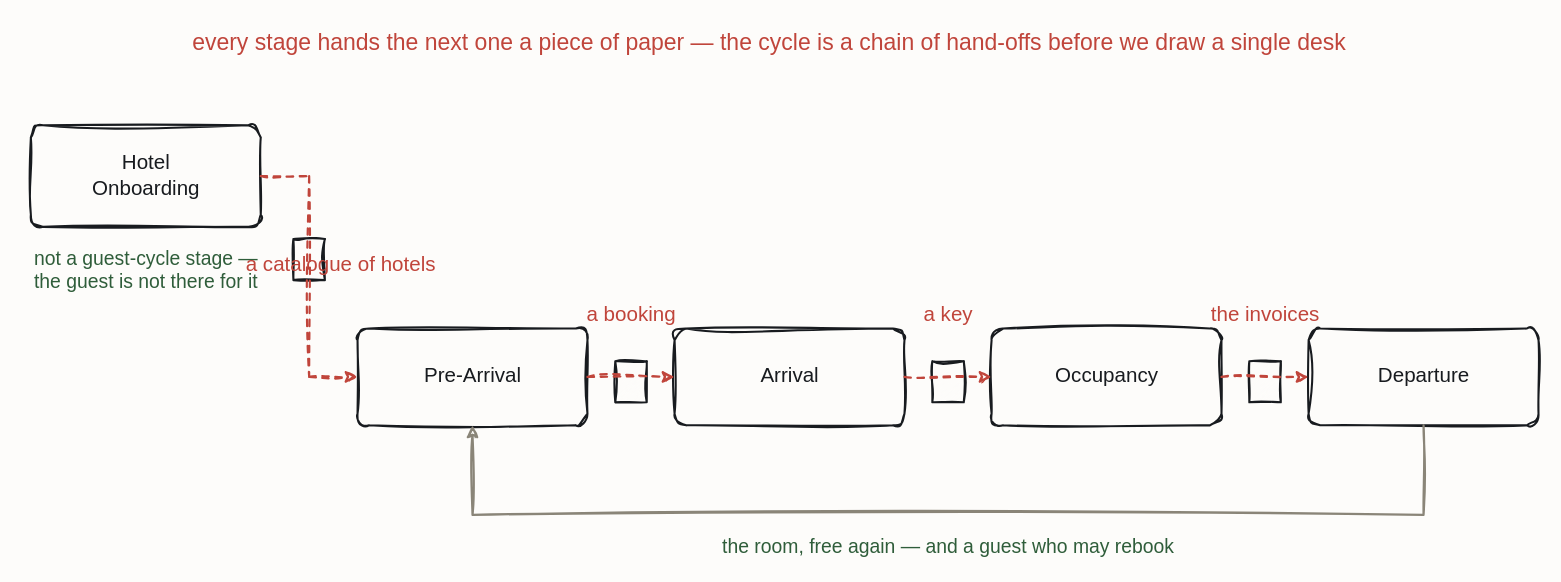
The draw.io diagram resources/paper-guest-cycle.drawio in iancooper/practical-messaging, before the edit. Source tidied: cells renumbered, new cells numbered last; positions are measured from the earlier drawing's top-left corner, leaving out a move shared by most shapes. Both pictures are drawn from the tidied source at 121%, with x=0, y=0 at pixel (30, 21).
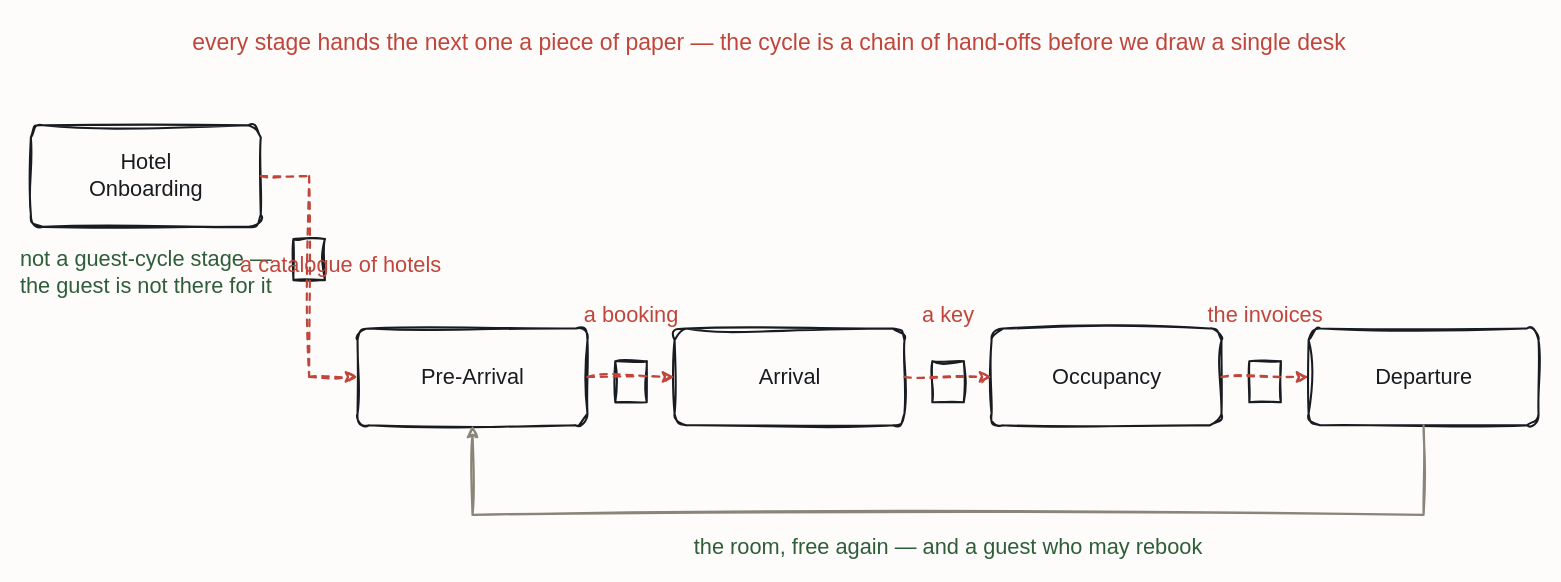
The same diagram, later.

Change to the diagram source:
```diff
@@
-    <mxCell id="3" value="Hotel&#10;Onboarding" style="sketch=1;hachureGap=4;jiggle=2;curveFitting=1;fontFamily=Caveat;html=1;rounded=1;arcSize=12;strokeColor=#181B1F;strokeWidth=1.7;fillColor=none;fontColor=#181B1F;fontSize=17;" parent="1" vertex="1">
+    <mxCell id="3" value="Hotel&#10;Onboarding" style="sketch=1;hachureGap=4;jiggle=2;curveFitting=1;fontFamily=Caveat;html=1;rounded=1;arcSize=12;strokeColor=#181B1F;strokeWidth=1.7;fillColor=none;fontColor=#181B1F;fontSize=18;" parent="1" vertex="1">
       <mxGeometry y="86" width="190" height="84" as="geometry" />
     </mxCell>
-    <mxCell id="4" value="not a guest-cycle stage —&#10;the guest is not there for it" style="text;html=1;align=center;fontFamily=Caveat;fontSize=16;fontColor=#2F5D3A;" parent="1" vertex="1">
+    <mxCell id="4" value="not a guest-cycle stage —&#10;the guest is not there for it" style="text;html=1;align=center;fontFamily=Caveat;fontSize=18;fontColor=#2F5D3A;" parent="1" vertex="1">
       <mxGeometry x="35" y="180" width="120" height="20" as="geometry" />
     </mxCell>
-    <mxCell id="5" value="Pre-Arrival" style="sketch=1;hachureGap=4;jiggle=2;curveFitting=1;fontFamily=Caveat;html=1;rounded=1;arcSize=12;strokeColor=#181B1F;strokeWidth=1.7;fillColor=none;fontColor=#181B1F;fontSize=17;" parent="1" vertex="1">
+    <mxCell id="5" value="Pre-Arrival" style="sketch=1;hachureGap=4;jiggle=2;curveFitting=1;fontFamily=Caveat;html=1;rounded=1;arcSize=12;strokeColor=#181B1F;strokeWidth=1.7;fillColor=none;fontColor=#181B1F;fontSize=18;" parent="1" vertex="1">
       <mxGeometry x="270" y="254" width="190" height="80" as="geometry" />
     </mxCell>
-    <mxCell id="6" value="Arrival" style="sketch=1;hachureGap=4;jiggle=2;curveFitting=1;fontFamily=Caveat;html=1;rounded=1;arcSize=12;strokeColor=#181B1F;strokeWidth=1.7;fillColor=none;fontColor=#181B1F;fontSize=17;" parent="1" vertex="1">
+    <mxCell id="6" value="Arrival" style="sketch=1;hachureGap=4;jiggle=2;curveFitting=1;fontFamily=Caveat;html=1;rounded=1;arcSize=12;strokeColor=#181B1F;strokeWidth=1.7;fillColor=none;fontColor=#181B1F;fontSize=18;" parent="1" vertex="1">
       <mxGeometry x="532" y="254" width="190" height="80" as="geometry" />
     </mxCell>
-    <mxCell id="7" value="Occupancy" style="sketch=1;hachureGap=4;jiggle=2;curveFitting=1;fontFamily=Caveat;html=1;rounded=1;arcSize=12;strokeColor=#181B1F;strokeWidth=1.7;fillColor=none;fontColor=#181B1F;fontSize=17;" parent="1" vertex="1">
+    <mxCell id="7" value="Occupancy" style="sketch=1;hachureGap=4;jiggle=2;curveFitting=1;fontFamily=Caveat;html=1;rounded=1;arcSize=12;strokeColor=#181B1F;strokeWidth=1.7;fillColor=none;fontColor=#181B1F;fontSize=18;" parent="1" vertex="1">
       <mxGeometry x="794" y="254" width="190" height="80" as="geometry" />
     </mxCell>
-    <mxCell id="8" value="Departure" style="sketch=1;hachureGap=4;jiggle=2;curveFitting=1;fontFamily=Caveat;html=1;rounded=1;arcSize=12;strokeColor=#181B1F;strokeWidth=1.7;fillColor=none;fontColor=#181B1F;fontSize=17;" parent="1" vertex="1">
+    <mxCell id="8" value="Departure" style="sketch=1;hachureGap=4;jiggle=2;curveFitting=1;fontFamily=Caveat;html=1;rounded=1;arcSize=12;strokeColor=#181B1F;strokeWidth=1.7;fillColor=none;fontColor=#181B1F;fontSize=18;" parent="1" vertex="1">
       <mxGeometry x="1056" y="254" width="190" height="80" as="geometry" />
     </mxCell>
@@
-    <mxCell id="10" value="a booking" style="text;html=1;align=center;fontFamily=Caveat;fontSize=17;fontColor=#C0453B;" parent="1" vertex="1">
+    <mxCell id="10" value="a booking" style="text;html=1;align=center;fontFamily=Caveat;fontSize=18;fontColor=#C0453B;" parent="1" vertex="1">
       <mxGeometry x="436" y="226" width="120" height="20" as="geometry" />
     </mxCell>
@@
-    <mxCell id="12" value="a key" style="text;html=1;align=center;fontFamily=Caveat;fontSize=17;fontColor=#C0453B;" parent="1" vertex="1">
+    <mxCell id="12" value="a key" style="text;html=1;align=center;fontFamily=Caveat;fontSize=18;fontColor=#C0453B;" parent="1" vertex="1">
       <mxGeometry x="698" y="226" width="120" height="20" as="geometry" />
     </mxCell>
@@
-    <mxCell id="14" value="the invoices" style="text;html=1;align=center;fontFamily=Caveat;fontSize=17;fontColor=#C0453B;" parent="1" vertex="1">
+    <mxCell id="14" value="the invoices" style="text;html=1;align=center;fontFamily=Caveat;fontSize=18;fontColor=#C0453B;" parent="1" vertex="1">
       <mxGeometry x="960" y="226" width="120" height="20" as="geometry" />
     </mxCell>
@@
-    <mxCell id="16" value="a catalogue of hotels" style="text;html=1;align=center;fontFamily=Caveat;fontSize=17;fontColor=#C0453B;" parent="1" vertex="1">
+    <mxCell id="16" value="a catalogue of hotels" style="text;html=1;align=center;fontFamily=Caveat;fontSize=18;fontColor=#C0453B;" parent="1" vertex="1">
       <mxGeometry x="196" y="185" width="120" height="20" as="geometry" />
     </mxCell>
-    <mxCell id="17" value="the room, free again — and a guest who may rebook" style="text;html=1;align=center;fontFamily=Caveat;fontSize=16;fontColor=#2F5D3A;" parent="1" vertex="1">
+    <mxCell id="17" value="the room, free again — and a guest who may rebook" style="text;html=1;align=center;fontFamily=Caveat;fontSize=18;fontColor=#2F5D3A;" parent="1" vertex="1">
       <mxGeometry x="698" y="418" width="120" height="20" as="geometry" />
     </mxCell>
-    <mxCell id="18" style="sketch=1;jiggle=2;curveFitting=1;edgeStyle=none;rounded=0;strokeColor=#C0453B;strokeWidth=1.8;fontFamily=Caveat;fontSize=17;fontColor=#C0453B;html=1;dashed=1;exitX=1.0;exitY=0.5;exitDx=0;exitDy=0;entryX=0.0;entryY=0.5;entryDx=0;entryDy=0;" parent="1" edge="1" source="5" target="6">
+    <mxCell id="18" style="sketch=1;jiggle=2;curveFitting=1;edgeStyle=none;rounded=0;strokeColor=#C0453B;strokeWidth=1.8;fontFamily=Caveat;fontSize=18;fontColor=#C0453B;html=1;dashed=1;exitX=1.0;exitY=0.5;exitDx=0;exitDy=0;entryX=0.0;entryY=0.5;entryDx=0;entryDy=0;" parent="1" edge="1" source="5" target="6">
       <mxGeometry relative="1" as="geometry" />
     </mxCell>
-    <mxCell id="19" style="sketch=1;jiggle=2;curveFitting=1;edgeStyle=none;rounded=0;strokeColor=#C0453B;strokeWidth=1.8;fontFamily=Caveat;fontSize=17;fontColor=#C0453B;html=1;dashed=1;exitX=1.0;exitY=0.5;exitDx=0;exitDy=0;entryX=0.0;entryY=0.5;entryDx=0;entryDy=0;" parent="1" edge="1" source="6" target="7">
+    <mxCell id="19" style="sketch=1;jiggle=2;curveFitting=1;edgeStyle=none;rounded=0;strokeColor=#C0453B;strokeWidth=1.8;fontFamily=Caveat;fontSize=18;fontColor=#C0453B;html=1;dashed=1;exitX=1.0;exitY=0.5;exitDx=0;exitDy=0;entryX=0.0;entryY=0.5;entryDx=0;entryDy=0;" parent="1" edge="1" source="6" target="7">
       <mxGeometry relative="1" as="geometry" />
     </mxCell>
-    <mxCell id="20" style="sketch=1;jiggle=2;curveFitting=1;edgeStyle=none;rounded=0;strokeColor=#C0453B;strokeWidth=1.8;fontFamily=Caveat;fontSize=17;fontColor=#C0453B;html=1;dashed=1;exitX=1.0;exitY=0.5;exitDx=0;exitDy=0;entryX=0.0;entryY=0.5;entryDx=0;entryDy=0;" parent="1" edge="1" source="7" target="8">
+    <mxCell id="20" style="sketch=1;jiggle=2;curveFitting=1;edgeStyle=none;rounded=0;strokeColor=#C0453B;strokeWidth=1.8;fontFamily=Caveat;fontSize=18;fontColor=#C0453B;html=1;dashed=1;exitX=1.0;exitY=0.5;exitDx=0;exitDy=0;entryX=0.0;entryY=0.5;entryDx=0;entryDy=0;" parent="1" edge="1" source="7" target="8">
       <mxGeometry relative="1" as="geometry" />
     </mxCell>
-    <mxCell id="21" style="sketch=1;jiggle=2;curveFitting=1;edgeStyle=none;rounded=0;strokeColor=#C0453B;strokeWidth=1.8;fontFamily=Caveat;fontSize=17;fontColor=#C0453B;html=1;dashed=1;exitX=1.0;exitY=0.5;exitDx=0;exitDy=0;entryX=0.0;entryY=0.5;entryDx=0;entryDy=0;" parent="1" edge="1" source="3" target="5">
+    <mxCell id="21" style="sketch=1;jiggle=2;curveFitting=1;edgeStyle=none;rounded=0;strokeColor=#C0453B;strokeWidth=1.8;fontFamily=Caveat;fontSize=18;fontColor=#C0453B;html=1;dashed=1;exitX=1.0;exitY=0.5;exitDx=0;exitDy=0;entryX=0.0;entryY=0.5;entryDx=0;entryDy=0;" parent="1" edge="1" source="3" target="5">
       <mxGeometry relative="1" as="geometry">
         <Array as="points">
           <mxPoint x="230" y="128" />
           <mxPoint x="230" y="294" />
         </Array>
       </mxGeometry>
     </mxCell>
-    <mxCell id="22" style="sketch=1;jiggle=2;curveFitting=1;edgeStyle=none;rounded=0;strokeColor=#8A8578;strokeWidth=1.8;fontFamily=Caveat;fontSize=17;fontColor=#2F5D3A;html=1;exitX=0.5;exitY=1.0;exitDx=0;exitDy=0;entryX=0.5;entryY=1.0;entryDx=0;entryDy=0;" parent="1" edge="1" source="8" target="5">
+    <mxCell id="22" style="sketch=1;jiggle=2;curveFitting=1;edgeStyle=none;rounded=0;strokeColor=#8A8578;strokeWidth=1.8;fontFamily=Caveat;fontSize=18;fontColor=#2F5D3A;html=1;exitX=0.5;exitY=1.0;exitDx=0;exitDy=0;entryX=0.5;entryY=1.0;entryDx=0;entryDy=0;" parent="1" edge="1" source="8" target="5">
       <mxGeometry relative="1" as="geometry">
         <Array as="points">
           <mxPoint x="1151" y="408" />
           <mxPoint x="365" y="408" />
         </Array>
       </mxGeometry>
     </mxCell>
```
